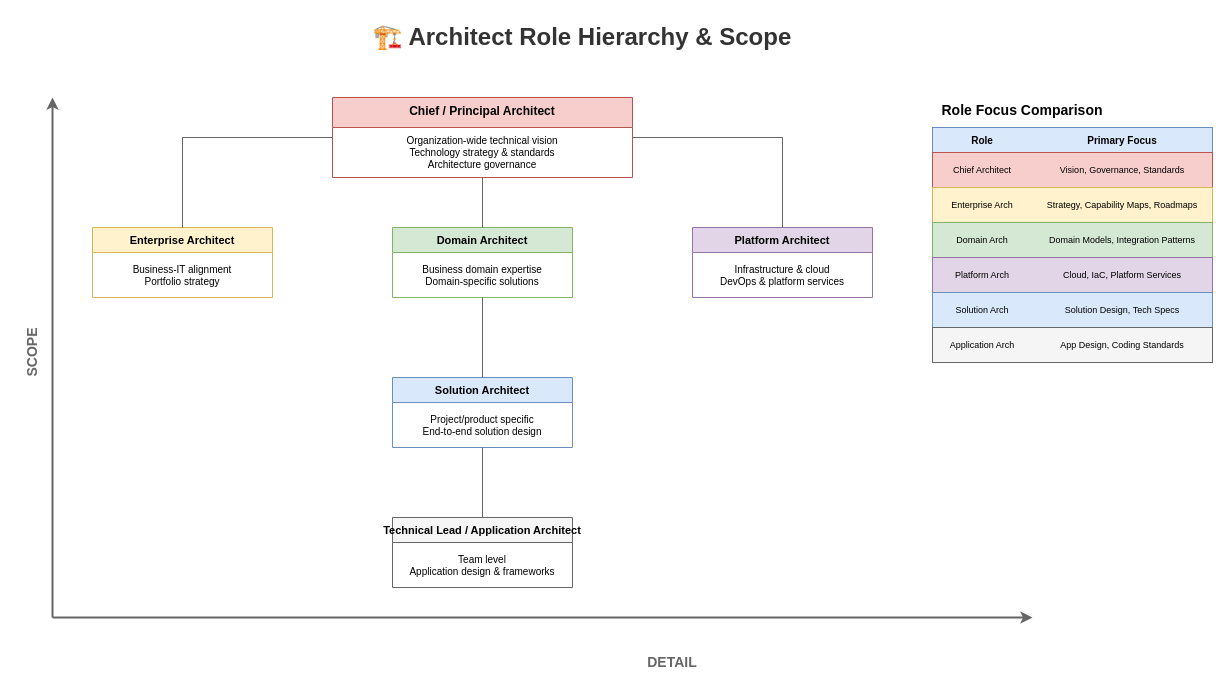
This is lesson-00-software-architect-overview/diagrams/2.4-architect-role-hierarchy.drawio from MrParkerZ7/document-lesson-software-architect-x-claude, a draw.io file, before an edit. Source tidied: cells renumbered, new cells numbered last; positions are measured from the earlier drawing's top-left corner, leaving out a move shared by most shapes. Both pictures are drawn from the tidied source at 100%, with x=0, y=0 at pixel (-8, 17).
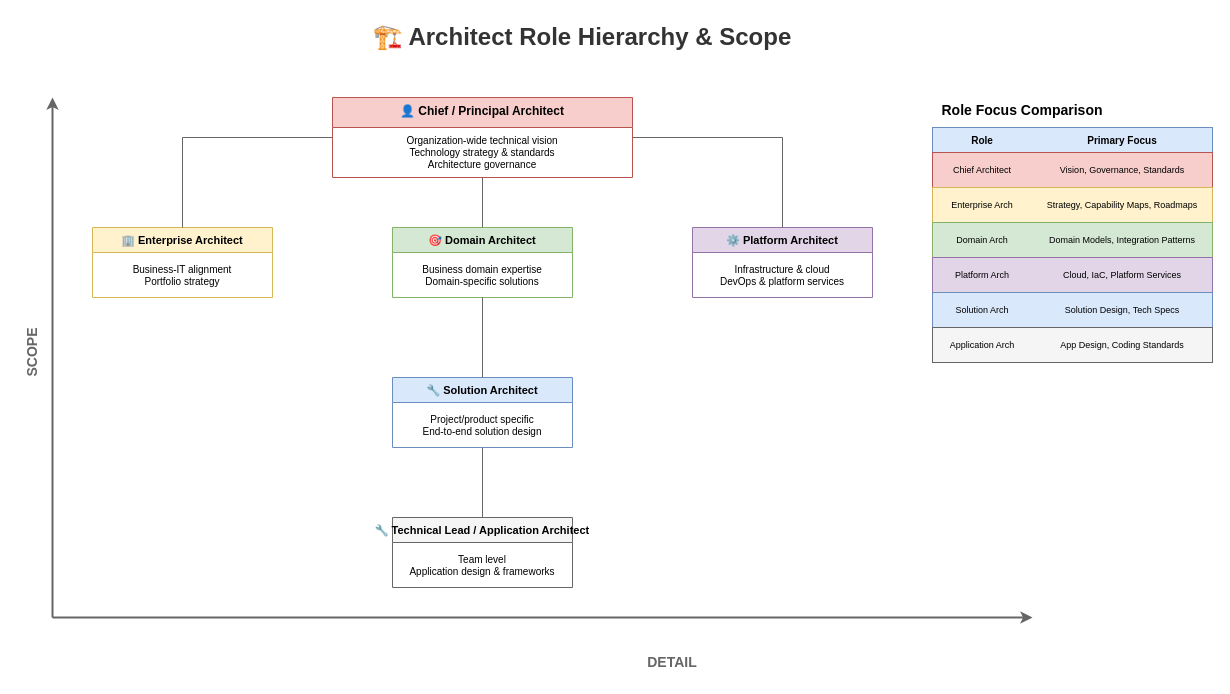
After the change.

What changed in the source:
```diff
@@
-    <mxCell id="7" value="Chief / Principal Architect" style="swimlane;fontStyle=1;align=center;verticalAlign=top;horizontal=1;startSize=30;fillColor=#f8cecc;strokeColor=#b85450;fontSize=12;" parent="1" vertex="1">
+    <mxCell id="7" value="👤 Chief / Principal Architect" style="swimlane;fontStyle=1;align=center;verticalAlign=top;horizontal=1;startSize=30;fillColor=#f8cecc;strokeColor=#b85450;fontSize=12;" parent="1" vertex="1">
       <mxGeometry x="340" y="80" width="300" height="80" as="geometry" />
     </mxCell>
@@
-    <mxCell id="9" value="Enterprise Architect" style="swimlane;fontStyle=1;align=center;verticalAlign=top;horizontal=1;startSize=25;fillColor=#fff2cc;strokeColor=#d6b656;fontSize=11;" parent="1" vertex="1">
+    <mxCell id="9" value="🏢 Enterprise Architect" style="swimlane;fontStyle=1;align=center;verticalAlign=top;horizontal=1;startSize=25;fillColor=#fff2cc;strokeColor=#d6b656;fontSize=11;" parent="1" vertex="1">
       <mxGeometry x="100" y="210" width="180" height="70" as="geometry" />
     </mxCell>
@@
-    <mxCell id="11" value="Domain Architect" style="swimlane;fontStyle=1;align=center;verticalAlign=top;horizontal=1;startSize=25;fillColor=#d5e8d4;strokeColor=#82b366;fontSize=11;" parent="1" vertex="1">
+    <mxCell id="11" value="🎯 Domain Architect" style="swimlane;fontStyle=1;align=center;verticalAlign=top;horizontal=1;startSize=25;fillColor=#d5e8d4;strokeColor=#82b366;fontSize=11;" parent="1" vertex="1">
       <mxGeometry x="400" y="210" width="180" height="70" as="geometry" />
     </mxCell>
@@
-    <mxCell id="13" value="Platform Architect" style="swimlane;fontStyle=1;align=center;verticalAlign=top;horizontal=1;startSize=25;fillColor=#e1d5e7;strokeColor=#9673a6;fontSize=11;" parent="1" vertex="1">
+    <mxCell id="13" value="⚙️ Platform Architect" style="swimlane;fontStyle=1;align=center;verticalAlign=top;horizontal=1;startSize=25;fillColor=#e1d5e7;strokeColor=#9673a6;fontSize=11;" parent="1" vertex="1">
       <mxGeometry x="700" y="210" width="180" height="70" as="geometry" />
     </mxCell>
@@
-    <mxCell id="18" value="Solution Architect" style="swimlane;fontStyle=1;align=center;verticalAlign=top;horizontal=1;startSize=25;fillColor=#dae8fc;strokeColor=#6c8ebf;fontSize=11;" parent="1" vertex="1">
+    <mxCell id="18" value="🔧 Solution Architect" style="swimlane;fontStyle=1;align=center;verticalAlign=top;horizontal=1;startSize=25;fillColor=#dae8fc;strokeColor=#6c8ebf;fontSize=11;" parent="1" vertex="1">
       <mxGeometry x="400" y="360" width="180" height="70" as="geometry" />
     </mxCell>
@@
-    <mxCell id="21" value="Technical Lead / Application Architect" style="swimlane;fontStyle=1;align=center;verticalAlign=top;horizontal=1;startSize=25;fillColor=#f5f5f5;strokeColor=#666666;fontSize=11;" parent="1" vertex="1">
+    <mxCell id="21" value="🔧 Technical Lead / Application Architect" style="swimlane;fontStyle=1;align=center;verticalAlign=top;horizontal=1;startSize=25;fillColor=#f5f5f5;strokeColor=#666666;fontSize=11;" parent="1" vertex="1">
       <mxGeometry x="400" y="500" width="180" height="70" as="geometry" />
     </mxCell>
```
